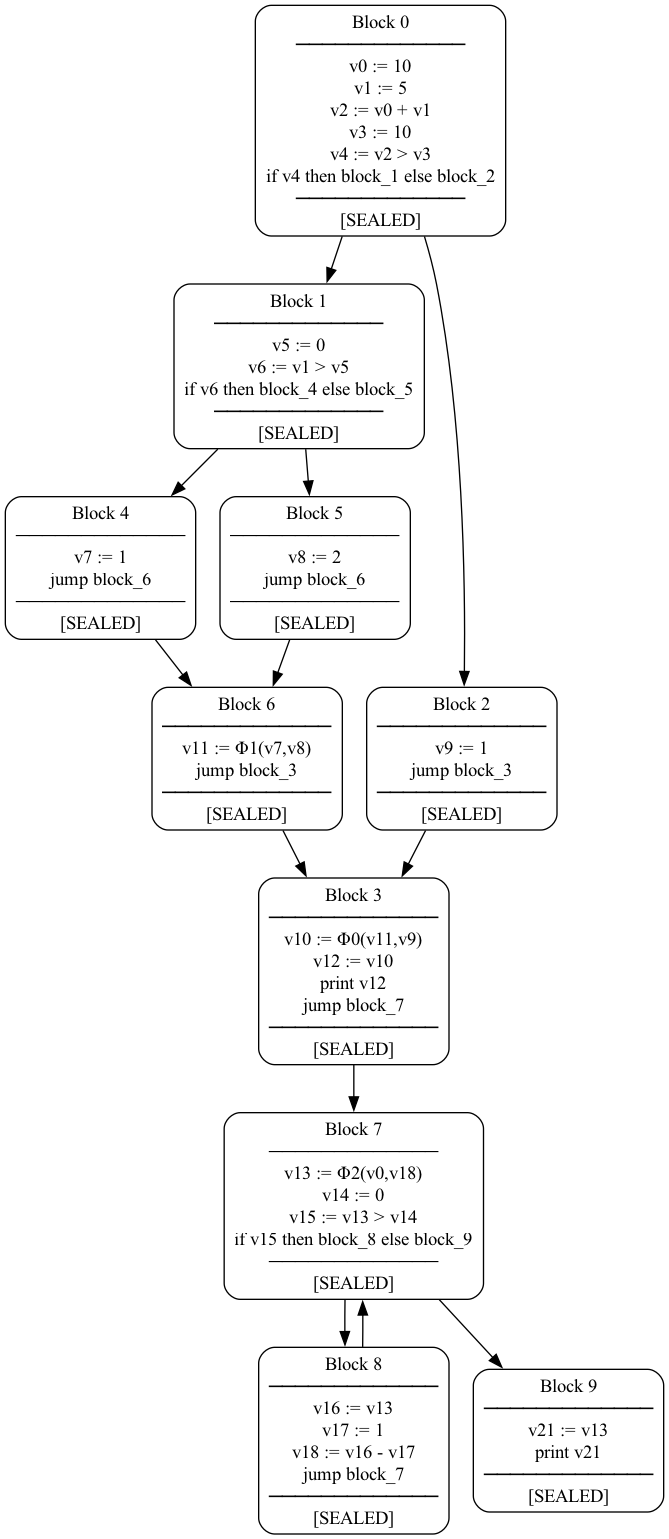
Above: rust/ssa-test/ssa_graph.png in jimmyhmiller/PlayGround (Graphviz), before the change. Its source is kept beside it as rust/ssa-test/ssa_graph.dot.
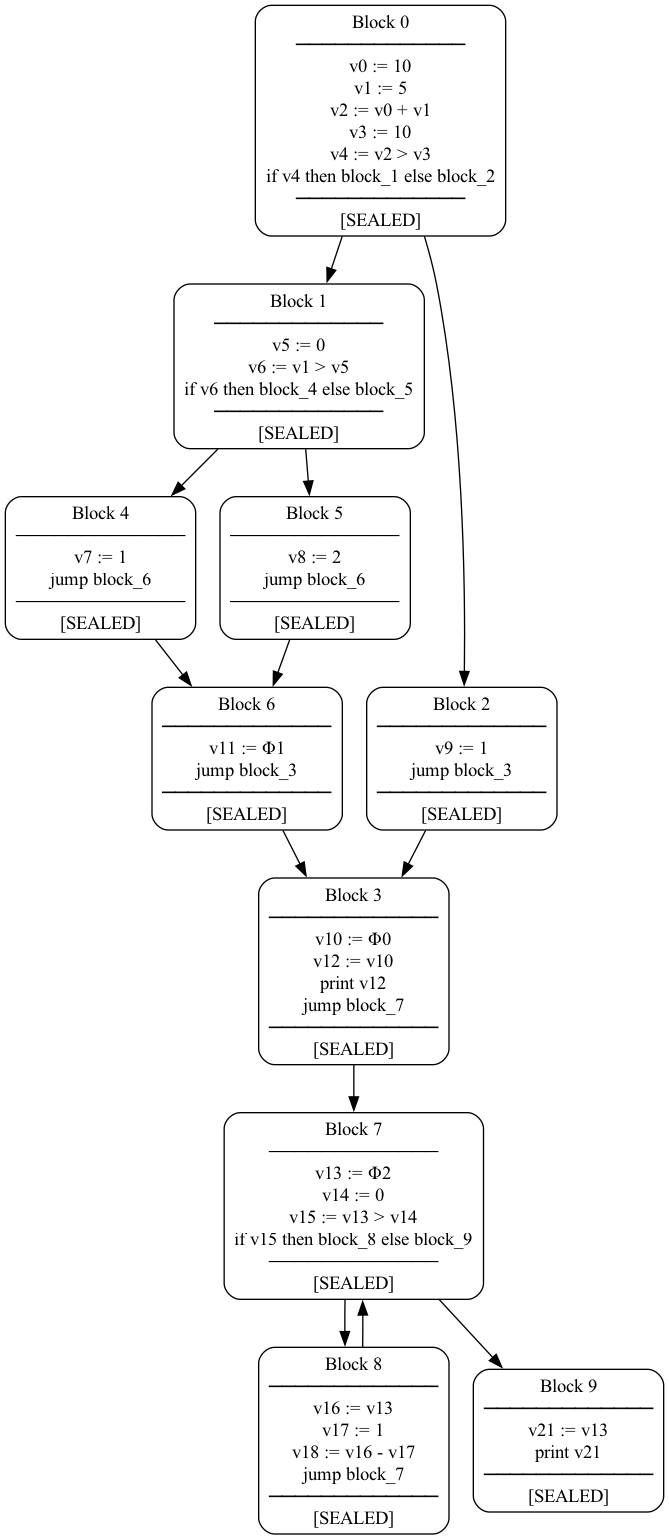
After the commit.

Change to the diagram source:
```diff
@@ -5,11 +5,11 @@
     block_0 [label="Block 0\n─────────────\nv0 := 10\nv1 := 5\nv2 := v0 + v1\nv3 := 10\nv4 := v2 > v3\nif v4 then block_1 else block_2\n─────────────\n[SEALED]\n"];
     block_1 [label="Block 1\n─────────────\nv5 := 0\nv6 := v1 > v5\nif v6 then block_4 else block_5\n─────────────\n[SEALED]\n"];
     block_2 [label="Block 2\n─────────────\nv9 := 1\njump block_3\n─────────────\n[SEALED]\n"];
-    block_3 [label="Block 3\n─────────────\nv10 := Φ0(v11,v9)\nv12 := v10\nprint v12\njump block_7\n─────────────\n[SEALED]\n"];
+    block_3 [label="Block 3\n─────────────\nv10 := Φ0\nv12 := v10\nprint v12\njump block_7\n─────────────\n[SEALED]\n"];
     block_4 [label="Block 4\n─────────────\nv7 := 1\njump block_6\n─────────────\n[SEALED]\n"];
     block_5 [label="Block 5\n─────────────\nv8 := 2\njump block_6\n─────────────\n[SEALED]\n"];
-    block_6 [label="Block 6\n─────────────\nv11 := Φ1(v7,v8)\njump block_3\n─────────────\n[SEALED]\n"];
-    block_7 [label="Block 7\n─────────────\nv13 := Φ2(v0,v18)\nv14 := 0\nv15 := v13 > v14\nif v15 then block_8 else block_9\n─────────────\n[SEALED]\n"];
+    block_6 [label="Block 6\n─────────────\nv11 := Φ1\njump block_3\n─────────────\n[SEALED]\n"];
+    block_7 [label="Block 7\n─────────────\nv13 := Φ2\nv14 := 0\nv15 := v13 > v14\nif v15 then block_8 else block_9\n─────────────\n[SEALED]\n"];
     block_8 [label="Block 8\n─────────────\nv16 := v13\nv17 := 1\nv18 := v16 - v17\njump block_7\n─────────────\n[SEALED]\n"];
     block_9 [label="Block 9\n─────────────\nv21 := v13\nprint v21\n─────────────\n[SEALED]\n"];
     block_0 -> block_1;
```
